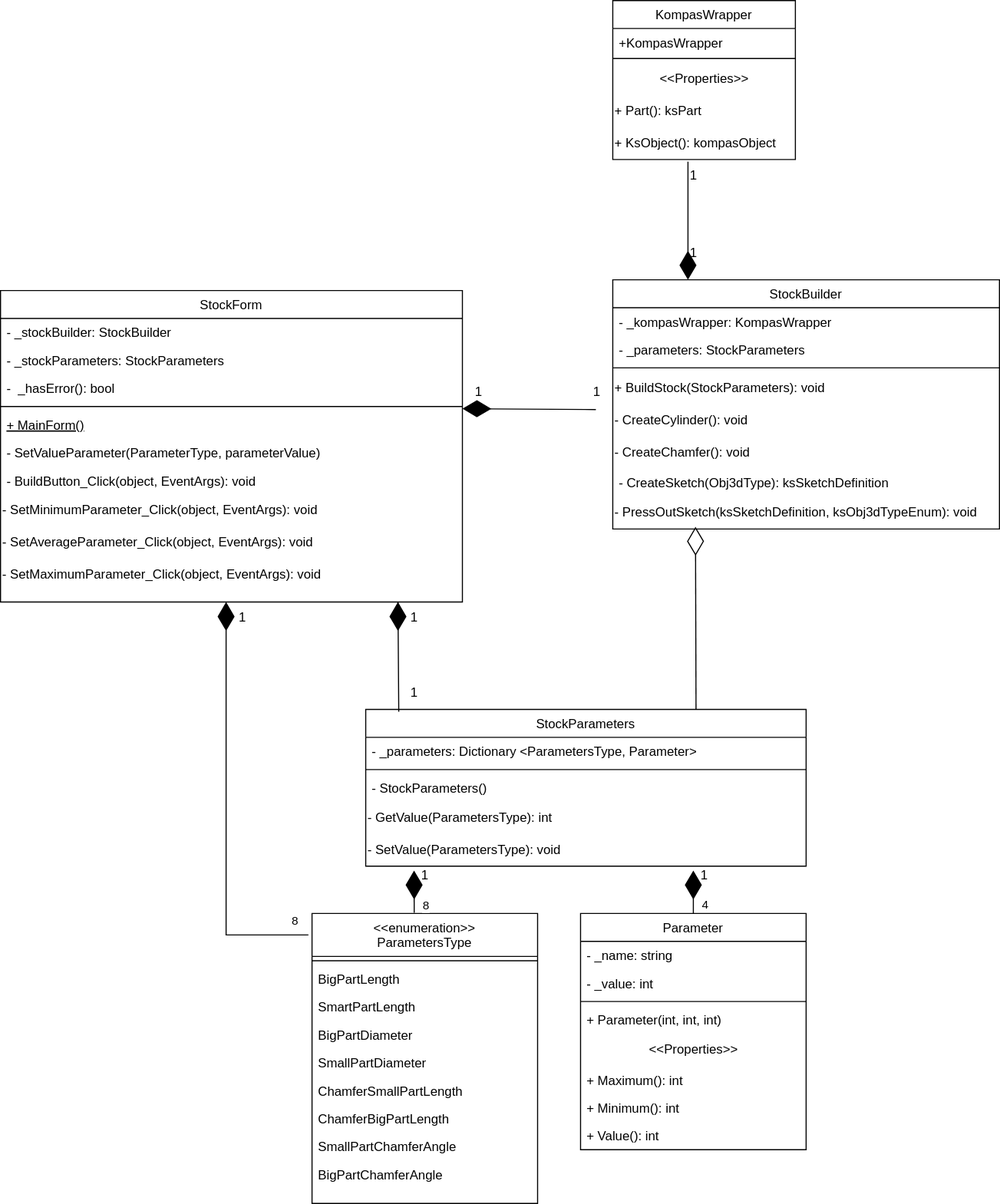
Before: docs/StockProjectDiagram.svg, a diagram exported from draw.io (VladimirOstr/PluginForCAD). Source tidied: cells renumbered, new cells last; positions are measured from the earlier drawing's top-left corner, leaving out a move shared by most shapes.
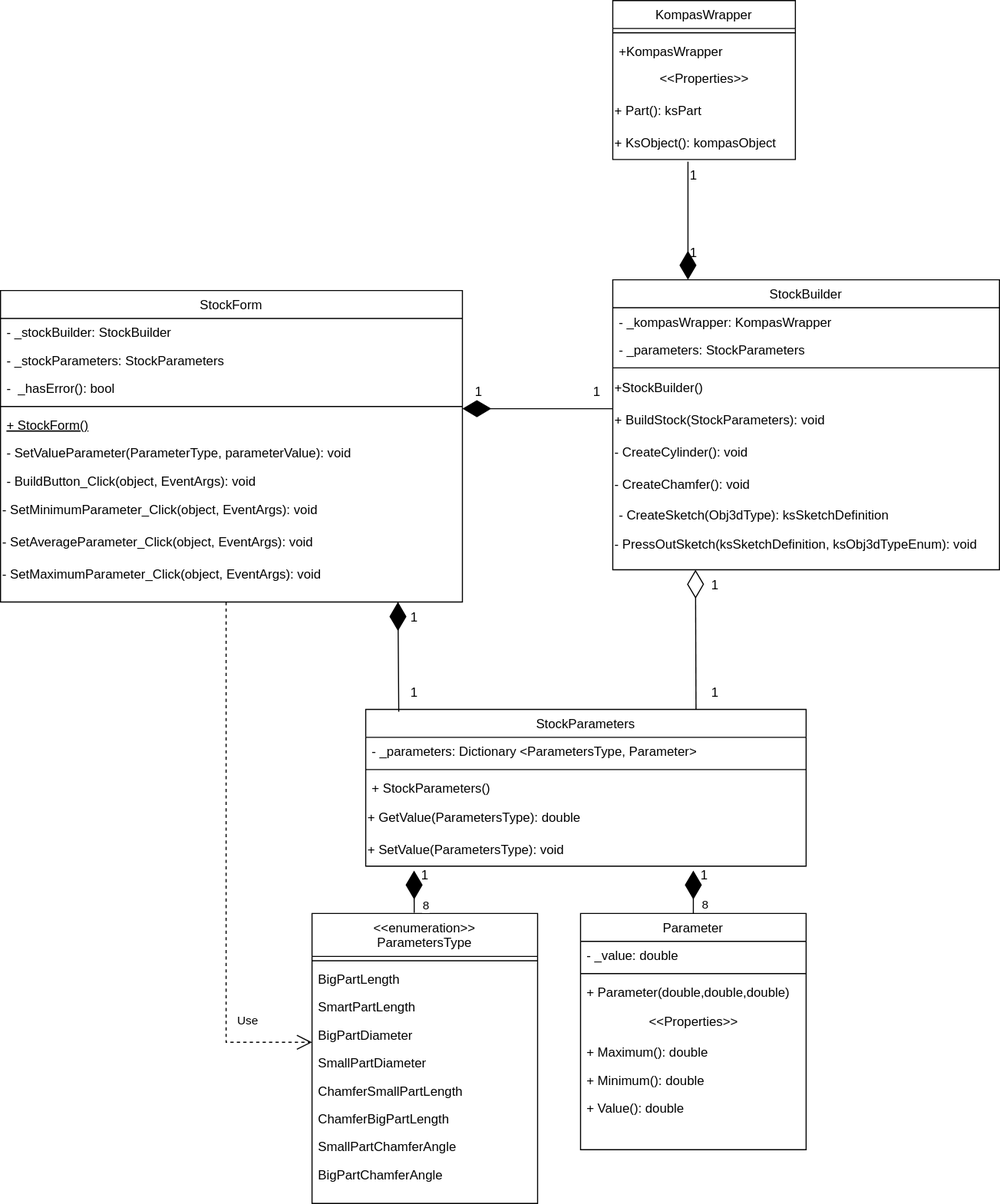
After the commit.

Commit message:
поправил проект системы

Change to the diagram source:
```diff
@@ -3,7 +3,7 @@
     <mxCell id="0" />
     <mxCell id="1" parent="0" />
     <mxCell id="2" value="StockBuilder" style="swimlane;fontStyle=0;align=center;verticalAlign=top;horizontal=1;startSize=26;rounded=0;shadow=0;strokeWidth=1;" parent="1" vertex="1">
-      <mxGeometry x="570" y="260" width="360" height="232" as="geometry" />
+      <mxGeometry x="570" y="260" width="360" height="270" as="geometry" />
     </mxCell>
     <mxCell id="3" value="- _kompasWrapper: KompasWrapper" style="text;align=left;verticalAlign=top;spacingLeft=4;spacingRight=4;overflow=hidden;" parent="2" vertex="1">
       <mxGeometry y="26" width="360" height="26" as="geometry" />
@@ -14,20 +14,23 @@
     <mxCell id="5" style="line;html=1;strokeWidth=1;align=left;verticalAlign=middle;spacingTop=-1;spacingLeft=3;spacingRight=3;labelPosition=right;" parent="2" vertex="1">
       <mxGeometry y="78" width="360" height="8" as="geometry" />
     </mxCell>
+    <mxCell id="72" value="+StockBuilder()" style="text;html=1;align=left;verticalAlign=middle;fillColor=none;strokeColor=none;rounded=0;" parent="2" vertex="1">
+      <mxGeometry y="86" width="360" height="30" as="geometry" />
+    </mxCell>
     <mxCell id="6" value="+ BuildStock(StockParameters): void" style="text;html=1;align=left;verticalAlign=middle;fillColor=none;strokeColor=none;rounded=0;" parent="2" vertex="1">
-      <mxGeometry y="86" width="360" height="30" as="geometry" />
+      <mxGeometry y="116" width="360" height="30" as="geometry" />
     </mxCell>
     <mxCell id="7" value="- CreateCylinder(): void" style="text;html=1;align=left;verticalAlign=middle;fillColor=none;strokeColor=none;rounded=0;" parent="2" vertex="1">
-      <mxGeometry y="116" width="360" height="30" as="geometry" />
+      <mxGeometry y="146" width="360" height="30" as="geometry" />
     </mxCell>
     <mxCell id="8" value="- CreateChamfer(): void" style="text;html=1;align=left;verticalAlign=middle;fillColor=none;strokeColor=none;rounded=0;" parent="2" vertex="1">
-      <mxGeometry y="146" width="360" height="30" as="geometry" />
+      <mxGeometry y="176" width="360" height="30" as="geometry" />
     </mxCell>
     <mxCell id="9" value="- CreateSketch(Obj3dType): ksSketchDefinition" style="text;align=left;verticalAlign=top;spacingLeft=4;spacingRight=4;overflow=hidden;" parent="2" vertex="1">
-      <mxGeometry y="176" width="360" height="26" as="geometry" />
+      <mxGeometry y="206" width="360" height="26" as="geometry" />
     </mxCell>
     <mxCell id="10" value="- PressOutSketch(ksSketchDefinition, ksObj3dTypeEnum): void" style="text;html=1;align=left;verticalAlign=middle;fillColor=none;strokeColor=none;rounded=0;" parent="2" vertex="1">
-      <mxGeometry y="202" width="360" height="30" as="geometry" />
+      <mxGeometry y="232" width="360" height="30" as="geometry" />
     </mxCell>
     <mxCell id="11" value="StockForm" style="swimlane;fontStyle=0;align=center;verticalAlign=top;horizontal=1;startSize=26;rounded=0;shadow=0;strokeWidth=1;" parent="1" vertex="1">
       <mxGeometry y="270" width="430" height="290" as="geometry" />
@@ -44,10 +47,10 @@
     <mxCell id="15" style="line;html=1;strokeWidth=1;align=left;verticalAlign=middle;spacingTop=-1;spacingLeft=3;spacingRight=3;labelPosition=right;" parent="11" vertex="1">
       <mxGeometry y="104" width="430" height="8" as="geometry" />
     </mxCell>
-    <mxCell id="16" value="+ MainForm()" style="text;align=left;verticalAlign=top;spacingLeft=4;spacingRight=4;overflow=hidden;fontStyle=4;" parent="11" vertex="1">
+    <mxCell id="16" value="+ StockForm()" style="text;align=left;verticalAlign=top;spacingLeft=4;spacingRight=4;overflow=hidden;fontStyle=4;" parent="11" vertex="1">
       <mxGeometry y="112" width="430" height="26" as="geometry" />
     </mxCell>
-    <mxCell id="17" value="- SetValueParameter(ParameterType, parameterValue)" style="text;align=left;verticalAlign=top;spacingLeft=4;spacingRight=4;overflow=hidden;" parent="11" vertex="1">
+    <mxCell id="17" value="- SetValueParameter(ParameterType, parameterValue): void" style="text;align=left;verticalAlign=top;spacingLeft=4;spacingRight=4;overflow=hidden;" parent="11" vertex="1">
       <mxGeometry y="138" width="430" height="26" as="geometry" />
     </mxCell>
     <mxCell id="18" value="- BuildButton_Click(object, EventArgs): void&#10;" style="text;align=left;verticalAlign=top;spacingLeft=4;spacingRight=4;overflow=hidden;" parent="11" vertex="1">
@@ -65,12 +68,12 @@
     <mxCell id="22" value="KompasWrapper" style="swimlane;fontStyle=0;align=center;verticalAlign=top;horizontal=1;startSize=26;rounded=0;shadow=0;strokeWidth=1;" parent="1" vertex="1">
       <mxGeometry x="570" width="170" height="148" as="geometry" />
     </mxCell>
+    <mxCell id="24" style="line;html=1;strokeWidth=1;align=left;verticalAlign=middle;spacingTop=-1;spacingLeft=3;spacingRight=3;labelPosition=right;" parent="22" vertex="1">
+      <mxGeometry y="26" width="170" height="8" as="geometry" />
+    </mxCell>
     <mxCell id="23" value="+KompasWrapper" style="text;align=left;verticalAlign=top;spacingLeft=4;spacingRight=4;overflow=hidden;rounded=0;shadow=0;html=0;" parent="22" vertex="1">
-      <mxGeometry y="26" width="170" height="24" as="geometry" />
+      <mxGeometry y="34" width="170" height="24" as="geometry" />
     </mxCell>
-    <mxCell id="24" style="line;html=1;strokeWidth=1;align=left;verticalAlign=middle;spacingTop=-1;spacingLeft=3;spacingRight=3;labelPosition=right;" parent="22" vertex="1">
-      <mxGeometry y="50" width="170" height="8" as="geometry" />
-    </mxCell>
     <mxCell id="25" value="&amp;lt;&amp;lt;Properties&amp;gt;&amp;gt;" style="text;html=1;align=center;verticalAlign=middle;fillColor=none;strokeColor=none;rounded=0;" parent="22" vertex="1">
       <mxGeometry y="58" width="170" height="30" as="geometry" />
     </mxCell>
@@ -89,13 +92,13 @@
     <mxCell id="30" style="line;html=1;strokeWidth=1;align=left;verticalAlign=middle;spacingTop=-1;spacingLeft=3;spacingRight=3;labelPosition=right;" parent="28" vertex="1">
       <mxGeometry y="52" width="410" height="8" as="geometry" />
     </mxCell>
-    <mxCell id="31" value="- StockParameters()" style="text;align=left;verticalAlign=top;spacingLeft=4;spacingRight=4;overflow=hidden;" parent="28" vertex="1">
+    <mxCell id="31" value="+ StockParameters()" style="text;align=left;verticalAlign=top;spacingLeft=4;spacingRight=4;overflow=hidden;" parent="28" vertex="1">
       <mxGeometry y="60" width="410" height="26" as="geometry" />
     </mxCell>
-    <mxCell id="32" value="- GetValue(ParametersType): int" style="text;html=1;align=left;verticalAlign=middle;fillColor=none;strokeColor=none;rounded=0;" parent="28" vertex="1">
+    <mxCell id="32" value="+ GetValue(ParametersType): double" style="text;html=1;align=left;verticalAlign=middle;fillColor=none;strokeColor=none;rounded=0;" parent="28" vertex="1">
       <mxGeometry y="86" width="410" height="30" as="geometry" />
     </mxCell>
-    <mxCell id="33" value="- SetValue(ParametersType): void" style="text;html=1;align=left;verticalAlign=middle;fillColor=none;strokeColor=none;rounded=0;" parent="28" vertex="1">
+    <mxCell id="33" value="+ SetValue(ParametersType): void" style="text;html=1;align=left;verticalAlign=middle;fillColor=none;strokeColor=none;rounded=0;" parent="28" vertex="1">
       <mxGeometry y="116" width="410" height="30" as="geometry" />
     </mxCell>
     <mxCell id="34" value="&lt;&lt;enumeration&gt;&gt;&#10;ParametersType" style="swimlane;fontStyle=0;align=center;verticalAlign=top;horizontal=1;startSize=40;rounded=0;shadow=0;strokeWidth=1;" parent="1" vertex="1">
@@ -131,33 +134,30 @@
     <mxCell id="44" value="Parameter" style="swimlane;fontStyle=0;align=center;verticalAlign=top;horizontal=1;startSize=26;rounded=0;shadow=0;strokeWidth=1;" parent="1" vertex="1">
       <mxGeometry x="540" y="850" width="210" height="220" as="geometry" />
     </mxCell>
-    <mxCell id="45" value="- _name: string" style="text;align=left;verticalAlign=top;spacingLeft=4;spacingRight=4;overflow=hidden;" parent="44" vertex="1">
-      <mxGeometry y="26" width="210" height="26" as="geometry" />
-    </mxCell>
-    <mxCell id="46" value="- _value: int" style="text;align=left;verticalAlign=top;spacingLeft=4;spacingRight=4;overflow=hidden;" parent="44" vertex="1">
-      <mxGeometry y="52" width="210" height="26" as="geometry" />
+    <mxCell id="46" value="- _value: double" style="text;align=left;verticalAlign=top;spacingLeft=4;spacingRight=4;overflow=hidden;" parent="44" vertex="1">
+      <mxGeometry y="26" width="210" height="26" as="geometry" />
     </mxCell>
     <mxCell id="47" style="line;html=1;strokeWidth=1;align=left;verticalAlign=middle;spacingTop=-1;spacingLeft=3;spacingRight=3;labelPosition=right;" parent="44" vertex="1">
-      <mxGeometry y="78" width="210" height="8" as="geometry" />
+      <mxGeometry y="52" width="210" height="8" as="geometry" />
     </mxCell>
-    <mxCell id="48" value="+ Parameter(int, int, int)" style="text;align=left;verticalAlign=top;spacingLeft=4;spacingRight=4;overflow=hidden;" parent="44" vertex="1">
-      <mxGeometry y="86" width="210" height="26" as="geometry" />
+    <mxCell id="48" value="+ Parameter(double,double,double)&#10;" style="text;align=left;verticalAlign=top;spacingLeft=4;spacingRight=4;overflow=hidden;" parent="44" vertex="1">
+      <mxGeometry y="60" width="210" height="26" as="geometry" />
     </mxCell>
     <mxCell id="49" value="&amp;lt;&amp;lt;Properties&amp;gt;&amp;gt;" style="text;html=1;align=center;verticalAlign=middle;fillColor=none;strokeColor=none;rounded=0;" parent="44" vertex="1">
-      <mxGeometry y="112" width="210" height="30" as="geometry" />
+      <mxGeometry y="86" width="210" height="30" as="geometry" />
     </mxCell>
-    <mxCell id="50" value="+ Maximum(): int" style="text;align=left;verticalAlign=top;spacingLeft=4;spacingRight=4;overflow=hidden;" parent="44" vertex="1">
-      <mxGeometry y="142" width="210" height="26" as="geometry" />
+    <mxCell id="50" value="+ Maximum(): double" style="text;align=left;verticalAlign=top;spacingLeft=4;spacingRight=4;overflow=hidden;" parent="44" vertex="1">
+      <mxGeometry y="116" width="210" height="26" as="geometry" />
     </mxCell>
-    <mxCell id="51" value="+ Minimum(): int" style="text;align=left;verticalAlign=top;spacingLeft=4;spacingRight=4;overflow=hidden;" parent="44" vertex="1">
-      <mxGeometry y="168" width="210" height="26" as="geometry" />
+    <mxCell id="51" value="+ Minimum(): double" style="text;align=left;verticalAlign=top;spacingLeft=4;spacingRight=4;overflow=hidden;" parent="44" vertex="1">
+      <mxGeometry y="142" width="210" height="26" as="geometry" />
     </mxCell>
-    <mxCell id="52" value="+ Value(): int" style="text;align=left;verticalAlign=top;spacingLeft=4;spacingRight=4;overflow=hidden;" parent="44" vertex="1">
-      <mxGeometry y="194" width="210" height="26" as="geometry" />
+    <mxCell id="52" value="+ Value(): double" style="text;align=left;verticalAlign=top;spacingLeft=4;spacingRight=4;overflow=hidden;" parent="44" vertex="1">
+      <mxGeometry y="168" width="210" height="26" as="geometry" />
     </mxCell>
     <mxCell id="53" style="endArrow=diamondThin;endFill=0;endSize=24;html=1;rounded=0;exitX=0.75;exitY=0;exitDx=0;exitDy=0;" parent="1" edge="1" source="28">
       <mxGeometry relative="1" as="geometry">
-        <mxPoint x="647" y="490" as="targetPoint" />
+        <mxPoint x="647" y="530" as="targetPoint" />
       </mxGeometry>
     </mxCell>
     <mxCell id="54" style="endArrow=diamondThin;endFill=1;endSize=24;html=1;rounded=0;exitX=0.5;exitY=0;exitDx=0;exitDy=0;" parent="1" edge="1" source="44">
@@ -165,7 +165,7 @@
         <mxPoint x="645" y="810" as="targetPoint" />
       </mxGeometry>
     </mxCell>
-    <mxCell id="55" value="4" style="edgeLabel;html=1;align=center;verticalAlign=middle;" parent="54" vertex="1">
+    <mxCell id="55" value="8" style="edgeLabel;html=1;align=center;verticalAlign=middle;" parent="54" vertex="1">
       <mxGeometry x="-0.58" y="1" relative="1" as="geometry">
         <mxPoint x="11" as="offset" />
       </mxGeometry>
@@ -186,14 +186,6 @@
     <mxCell id="59" value="1" style="text;html=1;align=center;verticalAlign=middle;strokeColor=none;fillColor=none;" parent="1" vertex="1">
       <mxGeometry x="380" y="800" width="30" height="30" as="geometry" />
     </mxCell>
-    <mxCell id="60" style="endArrow=diamondThin;endFill=1;endSize=24;html=1;rounded=0;exitX=-0.016;exitY=0.074;exitDx=0;exitDy=0;exitPerimeter=0;" parent="1" edge="1" source="34">
-      <mxGeometry relative="1" as="geometry">
-        <mxPoint x="210" y="560" as="targetPoint" />
-        <Array as="points">
-          <mxPoint x="210" y="870" />
-        </Array>
-      </mxGeometry>
-    </mxCell>
     <mxCell id="61" style="endArrow=diamondThin;endFill=1;endSize=24;html=1;rounded=0;exitX=0.075;exitY=0.015;exitDx=0;exitDy=0;exitPerimeter=0;" parent="1" edge="1" source="28">
       <mxGeometry relative="1" as="geometry">
         <mxPoint x="370" y="560" as="targetPoint" />
@@ -209,28 +201,21 @@
     <mxCell id="63" value="1" style="text;html=1;align=center;verticalAlign=middle;strokeColor=none;fillColor=none;" parent="1" vertex="1">
       <mxGeometry x="370" y="630" width="30" height="30" as="geometry" />
     </mxCell>
-    <mxCell id="64" value="1" style="text;html=1;align=center;verticalAlign=middle;strokeColor=none;fillColor=none;" parent="1" vertex="1">
-      <mxGeometry x="210" y="560" width="30" height="30" as="geometry" />
-    </mxCell>
     <mxCell id="65" style="endArrow=diamondThin;endFill=1;endSize=24;html=1;rounded=0;" parent="1" edge="1">
       <mxGeometry relative="1" as="geometry">
         <mxPoint x="640" y="150" as="sourcePoint" />
         <mxPoint x="640" y="260" as="targetPoint" />
       </mxGeometry>
     </mxCell>
-    <mxCell id="66" value="8" style="edgeLabel;html=1;align=center;verticalAlign=middle;" parent="1" vertex="1">
-      <mxGeometry x="440" y="860" as="geometry">
-        <mxPoint x="-167" y="-4" as="offset" />
-      </mxGeometry>
-    </mxCell>
     <mxCell id="67" value="1" style="text;html=1;align=center;verticalAlign=middle;fillColor=none;strokeColor=none;rounded=0;" parent="1" vertex="1">
       <mxGeometry x="630" y="148" width="30" height="30" as="geometry" />
     </mxCell>
     <mxCell id="68" value="1" style="text;html=1;align=center;verticalAlign=middle;fillColor=none;strokeColor=none;rounded=0;" parent="1" vertex="1">
       <mxGeometry x="630" y="220" width="30" height="30" as="geometry" />
     </mxCell>
-    <mxCell id="69" style="endArrow=diamondThin;endFill=1;endSize=24;html=1;rounded=0;exitX=0.475;exitY=1.028;exitDx=0;exitDy=0;exitPerimeter=0;" parent="1" edge="1" source="71">
+    <mxCell id="69" style="endArrow=diamondThin;endFill=1;endSize=24;html=1;rounded=0;" parent="1" edge="1">
       <mxGeometry relative="1" as="geometry">
+        <mxPoint x="570" y="380" as="sourcePoint" />
         <mxPoint x="430" y="380" as="targetPoint" />
       </mxGeometry>
     </mxCell>
@@ -240,5 +225,21 @@
     <mxCell id="71" value="1" style="text;html=1;align=center;verticalAlign=middle;points=[];fillColor=none;strokeColor=none;rounded=0;" parent="1" vertex="1">
       <mxGeometry x="540" y="350" width="30" height="30" as="geometry" />
     </mxCell>
+    <mxCell id="73" value="1" style="text;html=1;align=center;verticalAlign=middle;strokeColor=none;fillColor=none;" parent="1" vertex="1">
+      <mxGeometry x="650" y="530" width="30" height="30" as="geometry" />
+    </mxCell>
+    <mxCell id="74" value="1" style="text;html=1;align=center;verticalAlign=middle;strokeColor=none;fillColor=none;" parent="1" vertex="1">
+      <mxGeometry x="650" y="630" width="30" height="30" as="geometry" />
+    </mxCell>
+    <mxCell id="75" value="Use" style="endArrow=open;endSize=12;dashed=1;html=1;rounded=0;" parent="1" edge="1">
+      <mxGeometry x="0.76" y="20" relative="1" as="geometry">
+        <mxPoint x="210" y="560" as="sourcePoint" />
+        <mxPoint x="290" y="970" as="targetPoint" />
+        <Array as="points">
+          <mxPoint x="210" y="970" />
+        </Array>
+        <mxPoint x="1" as="offset" />
+      </mxGeometry>
+    </mxCell>
   </root>
 </mxGraphModel>
```
